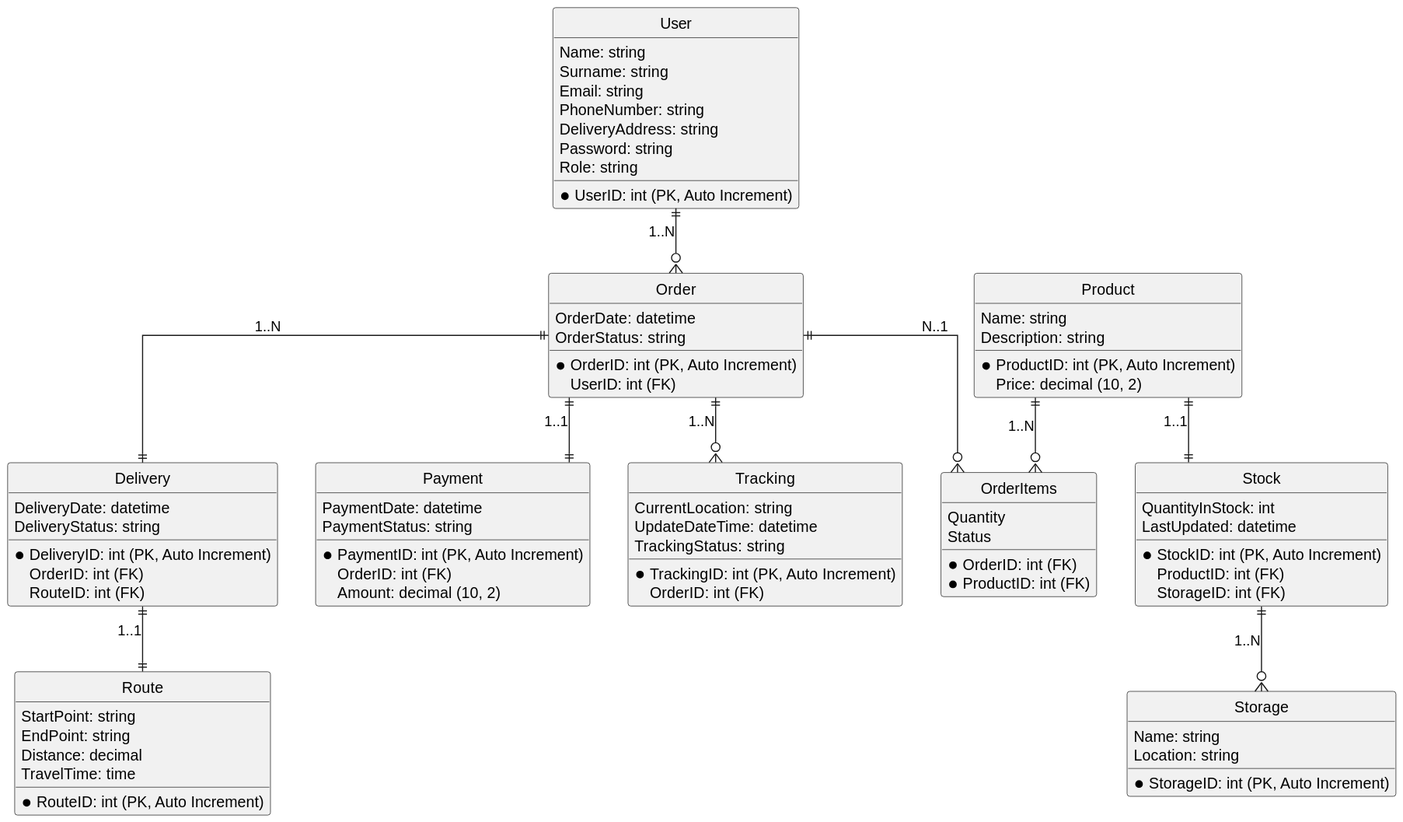
Before: out/Diagram_DB_R/Diagram_DB_R.svg, a diagram exported from PlantUML (puchkova-va/Puchkova_analytics_practice).
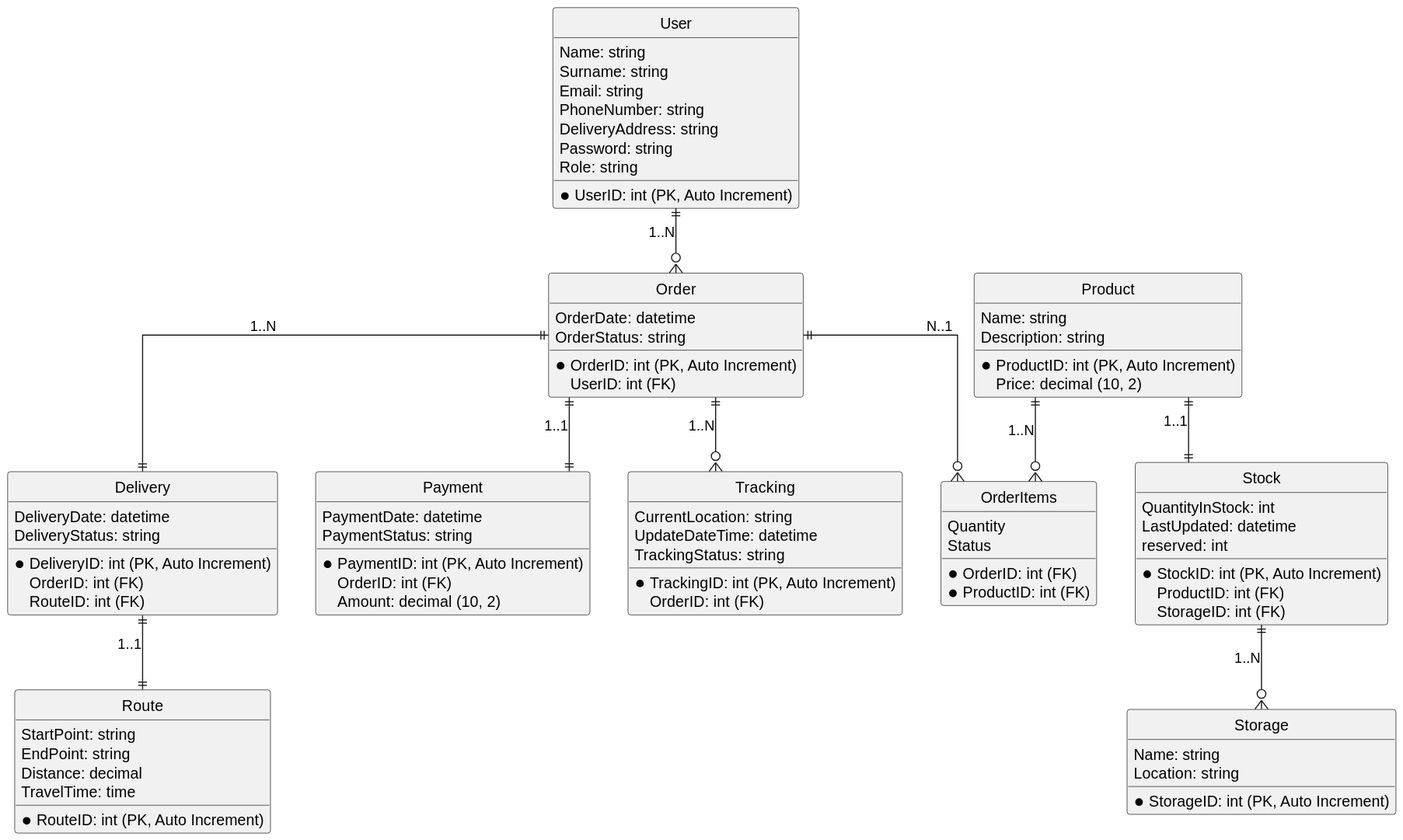
Later version of the same file.

Commit message:
новое по заданию 2

The edit, as a diff of the source:
```diff
@@ -71,6 +71,7 @@
   StorageID: int (FK)
   QuantityInStock: int
   LastUpdated: datetime
+  reserved: int
 }
 
 User ||--o{ Order : "1..N"
```
